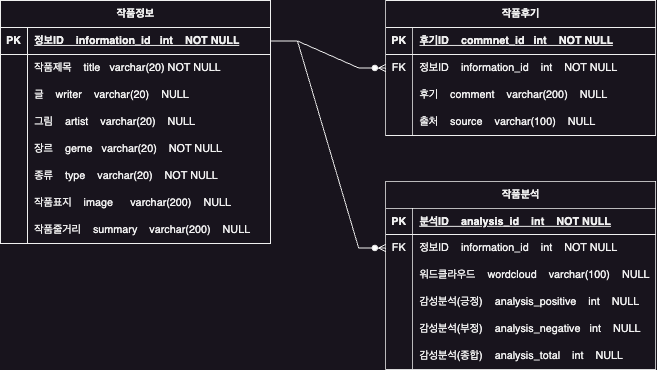
The draw.io diagram Day22/ER다이어그램_보완.png in HyeJin-Lee-ROK/AI_Web_Program, before a commit. Source tidied: cells renumbered, new cells last; positions are measured from the earlier drawing's top-left corner, leaving out a move shared by most shapes.
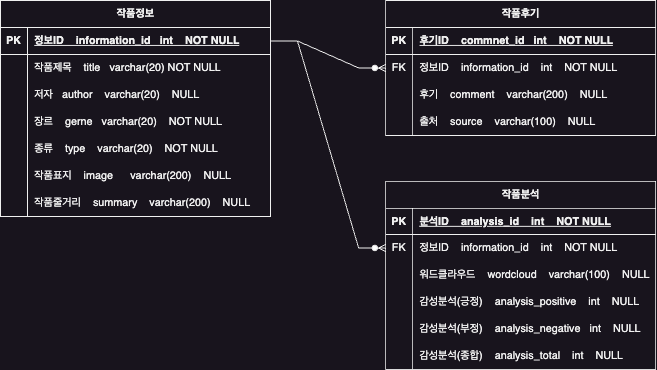
After the change.

Commit message:
Day22 과제_사진 파일 수정

Diff of the diagram source:
```diff
@@ -42,7 +42,7 @@
       <mxGeometry x="30" width="270" height="30" as="geometry" />
     </mxCell>
     <mxCell id="15" value="작품정보" style="shape=table;startSize=30;rowLines=0;fontStyle=1;align=center;html=1;" parent="1" vertex="1">
-      <mxGeometry width="300" height="270" as="geometry" />
+      <mxGeometry width="300" height="240" as="geometry" />
     </mxCell>
     <mxCell id="16" style="shape=tableRow;horizontal=0;startSize=0;swimlaneHead=0;swimlaneBody=0;fillColor=none;points=[[0,0.5],[1,0.5]];portConstraint=eastwest;top=0;left=0;right=0;bottom=1;" parent="15" vertex="1">
       <mxGeometry y="30" width="300" height="30" as="geometry" />
@@ -68,20 +68,11 @@
     <mxCell id="23" style="shape=partialRectangle;fillColor=none;top=0;left=0;bottom=0;right=0;overflow=hidden;whiteSpace=wrap;html=1;" parent="22" vertex="1">
       <mxGeometry width="30" height="30" as="geometry" />
     </mxCell>
-    <mxCell id="24" value="글&amp;nbsp; &amp;nbsp; writer&amp;nbsp; &amp;nbsp; varchar(20)&amp;nbsp; &amp;nbsp; NULL" style="shape=partialRectangle;fillColor=none;top=0;left=0;bottom=0;right=0;align=left;spacingLeft=6;overflow=hidden;whiteSpace=wrap;html=1;" parent="22" vertex="1">
+    <mxCell id="24" value="저자&amp;nbsp; &amp;nbsp;author&amp;nbsp; &amp;nbsp; varchar(20)&amp;nbsp; &amp;nbsp; NULL" style="shape=partialRectangle;fillColor=none;top=0;left=0;bottom=0;right=0;align=left;spacingLeft=6;overflow=hidden;whiteSpace=wrap;html=1;" parent="22" vertex="1">
       <mxGeometry x="30" width="270" height="30" as="geometry" />
     </mxCell>
-    <mxCell id="25" style="shape=tableRow;horizontal=0;startSize=0;swimlaneHead=0;swimlaneBody=0;fillColor=none;top=0;left=0;right=0;bottom=0;" parent="15" vertex="1">
-      <mxGeometry y="120" width="300" height="30" as="geometry" />
-    </mxCell>
-    <mxCell id="26" style="shape=partialRectangle;fillColor=none;top=0;left=0;bottom=0;right=0;overflow=hidden;whiteSpace=wrap;html=1;" parent="25" vertex="1">
-      <mxGeometry width="30" height="30" as="geometry" />
-    </mxCell>
-    <mxCell id="27" value="그림&amp;nbsp; &amp;nbsp; artist&amp;nbsp; &amp;nbsp; varchar(20)&amp;nbsp; &amp;nbsp; NULL" style="shape=partialRectangle;fillColor=none;top=0;left=0;bottom=0;right=0;align=left;spacingLeft=6;overflow=hidden;whiteSpace=wrap;html=1;" parent="25" vertex="1">
-      <mxGeometry x="30" width="270" height="30" as="geometry" />
-    </mxCell>
     <mxCell id="28" style="shape=tableRow;horizontal=0;startSize=0;swimlaneHead=0;swimlaneBody=0;fillColor=none;top=0;left=0;right=0;bottom=0;" parent="15" vertex="1">
-      <mxGeometry y="150" width="300" height="30" as="geometry" />
+      <mxGeometry y="120" width="300" height="30" as="geometry" />
     </mxCell>
     <mxCell id="29" style="shape=partialRectangle;fillColor=none;top=0;left=0;bottom=0;right=0;overflow=hidden;whiteSpace=wrap;html=1;" parent="28" vertex="1">
       <mxGeometry width="30" height="30" as="geometry" />
@@ -90,7 +81,7 @@
       <mxGeometry x="30" width="270" height="30" as="geometry" />
     </mxCell>
     <mxCell id="31" style="shape=tableRow;horizontal=0;startSize=0;swimlaneHead=0;swimlaneBody=0;fillColor=none;top=0;left=0;right=0;bottom=0;" parent="15" vertex="1">
-      <mxGeometry y="180" width="300" height="30" as="geometry" />
+      <mxGeometry y="150" width="300" height="30" as="geometry" />
     </mxCell>
     <mxCell id="32" style="shape=partialRectangle;fillColor=none;top=0;left=0;bottom=0;right=0;overflow=hidden;whiteSpace=wrap;html=1;" parent="31" vertex="1">
       <mxGeometry width="30" height="30" as="geometry" />
@@ -99,7 +90,7 @@
       <mxGeometry x="30" width="270" height="30" as="geometry" />
     </mxCell>
     <mxCell id="34" style="shape=tableRow;horizontal=0;startSize=0;swimlaneHead=0;swimlaneBody=0;fillColor=none;top=0;left=0;right=0;bottom=0;" parent="15" vertex="1">
-      <mxGeometry y="210" width="300" height="30" as="geometry" />
+      <mxGeometry y="180" width="300" height="30" as="geometry" />
     </mxCell>
     <mxCell id="35" style="shape=partialRectangle;fillColor=none;top=0;left=0;bottom=0;right=0;overflow=hidden;whiteSpace=wrap;html=1;" parent="34" vertex="1">
       <mxGeometry width="30" height="30" as="geometry" />
@@ -108,7 +99,7 @@
       <mxGeometry x="30" width="270" height="30" as="geometry" />
     </mxCell>
     <mxCell id="37" style="shape=tableRow;horizontal=0;startSize=0;swimlaneHead=0;swimlaneBody=0;fillColor=none;top=0;left=0;right=0;bottom=0;" parent="15" vertex="1">
-      <mxGeometry y="240" width="300" height="30" as="geometry" />
+      <mxGeometry y="210" width="300" height="30" as="geometry" />
     </mxCell>
     <mxCell id="38" style="shape=partialRectangle;fillColor=none;top=0;left=0;bottom=0;right=0;overflow=hidden;whiteSpace=wrap;html=1;" parent="37" vertex="1">
       <mxGeometry width="30" height="30" as="geometry" />
```
